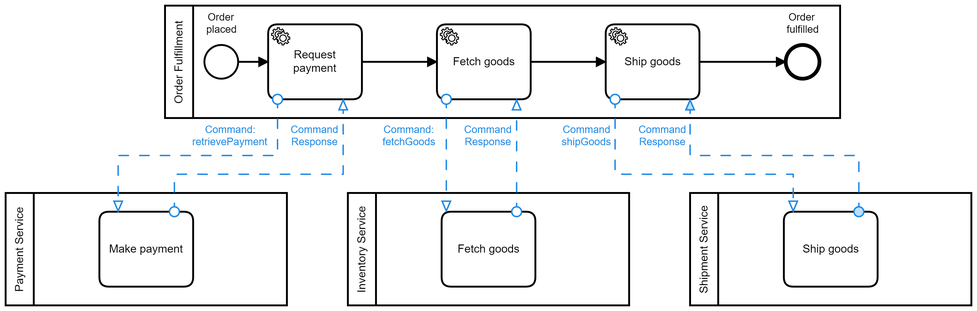
Before: ipynb/Distributed Systems and Errors/images/Pub-Sub.png, a diagram exported from BPMN (DigiBP/digibpnotes). Its source is kept beside it as modelling/Distributed Systems and Errors/Pub-Sub.bpmn. Ids are renumbered. The source it was exported from:
```xml
<bpmn:definitions xmlns:bpmn="http://www.omg.org/spec/BPMN/20100524/MODEL" xmlns:bpmndi="http://www.omg.org/spec/BPMN/20100524/DI" xmlns:dc="http://www.omg.org/spec/DD/20100524/DC" xmlns:camunda="http://camunda.org/schema/1.0/bpmn" xmlns:di="http://www.omg.org/spec/DD/20100524/DI" xmlns:bioc="http://bpmn.io/schema/bpmn/biocolor/1.0" xmlns:color="http://www.omg.org/spec/BPMN/non-normative/color/1.0" xmlns:modeler="http://camunda.org/schema/modeler/1.0" id="Definitions_n1" targetNamespace="http://bpmn.io/schema/bpmn" exporter="Camunda Modeler" exporterVersion="4.12.0" modeler:executionPlatform="Camunda Platform" modeler:executionPlatformVersion="7.15.0">
  <bpmn:collaboration id="Collaboration_n2">
    <bpmn:participant id="Participant_n3" name="Payment Service" processRef="Process_n4" />
    <bpmn:participant id="Participant_n5" name="Inventory Service" processRef="Process_n6" />
    <bpmn:participant id="Participant_n7" name="Shipment Service" processRef="Process_n8" />
    <bpmn:participant id="Order_Fulfillment_Pub_Sub" name="Order Fulfillment" processRef="Process_n9" />
    <bpmn:messageFlow id="Flow_n10" name="Command:&#10;retrievePayment" sourceRef="Activity_n11" targetRef="Activity_n12" />
    <bpmn:messageFlow id="Flow_n13" name="Command&#10;Response" sourceRef="Activity_n12" targetRef="Activity_n11" />
    <bpmn:messageFlow id="Flow_n14" name="Command:&#10;fetchGoods" sourceRef="Activity_n15" targetRef="Activity_n16" />
    <bpmn:messageFlow id="Flow_n17" name="Command&#10;Response" sourceRef="Activity_n16" targetRef="Activity_n15" />
    <bpmn:messageFlow id="Flow_n18" name="Command&#10;Response" sourceRef="Activity_n19" targetRef="Activity_n20" />
    <bpmn:messageFlow id="Flow_n21" name="Command&#10;shipGoods" sourceRef="Activity_n20" targetRef="Activity_n19" />
  </bpmn:collaboration>
  <bpmn:process id="Process_n4" isExecutable="false">
    <bpmn:task id="Activity_n12" name="Make payment" />
  </bpmn:process>
  <bpmn:process id="Process_n6" isExecutable="false">
    <bpmn:task id="Activity_n16" name="Fetch goods" />
  </bpmn:process>
  <bpmn:process id="Process_n8" isExecutable="false">
    <bpmn:task id="Activity_n20" name="Ship goods" />
  </bpmn:process>
  <bpmn:process id="Process_n9" name="Order Fulfillment Pub/Sub" isExecutable="true">
    <bpmn:endEvent id="Event_n22" name="Order&#10;fulfilled">
      <bpmn:incoming>Flow_n23</bpmn:incoming>
    </bpmn:endEvent>
    <bpmn:serviceTask id="Activity_n11" name="Request payment" camunda:type="external" camunda:topic="retrievePayment">
      <bpmn:incoming>Flow_n24</bpmn:incoming>
      <bpmn:outgoing>Flow_n25</bpmn:outgoing>
    </bpmn:serviceTask>
    <bpmn:serviceTask id="Activity_n15" name="Fetch goods" camunda:type="external" camunda:topic="fetchGoods">
      <bpmn:incoming>Flow_n25</bpmn:incoming>
      <bpmn:outgoing>Flow_n26</bpmn:outgoing>
    </bpmn:serviceTask>
    <bpmn:serviceTask id="Activity_n19" name="Ship goods" camunda:type="external" camunda:topic="shipGoods">
      <bpmn:incoming>Flow_n26</bpmn:incoming>
      <bpmn:outgoing>Flow_n23</bpmn:outgoing>
    </bpmn:serviceTask>
    <bpmn:sequenceFlow id="Flow_n25" sourceRef="Activity_n11" targetRef="Activity_n15" />
    <bpmn:sequenceFlow id="Flow_n26" sourceRef="Activity_n15" targetRef="Activity_n19" />
    <bpmn:sequenceFlow id="Flow_n23" sourceRef="Activity_n19" targetRef="Event_n22" />
    <bpmn:startEvent id="Event_n27" name="Order&#10;placed">
      <bpmn:outgoing>Flow_n24</bpmn:outgoing>
    </bpmn:startEvent>
    <bpmn:sequenceFlow id="Flow_n24" sourceRef="Event_n27" targetRef="Activity_n11" />
  </bpmn:process>
  <bpmndi:BPMNDiagram id="BPMNDiagram_1">
    <bpmndi:BPMNPlane id="BPMNPlane_1" bpmnElement="Collaboration_n2">
      <bpmndi:BPMNShape id="Participant_n3_di" bpmnElement="Participant_n3" isHorizontal="true">
        <dc:Bounds x="200" y="310" width="300" height="120" />
      </bpmndi:BPMNShape>
      <bpmndi:BPMNShape id="Activity_n12_di" bpmnElement="Activity_n12">
        <dc:Bounds x="300" y="330" width="100" height="80" />
      </bpmndi:BPMNShape>
      <bpmndi:BPMNShape id="Participant_n5_di" bpmnElement="Participant_n5" isHorizontal="true">
        <dc:Bounds x="565" y="310" width="300" height="120" />
      </bpmndi:BPMNShape>
      <bpmndi:BPMNShape id="Activity_n16_di" bpmnElement="Activity_n16">
        <dc:Bounds x="665" y="330" width="100" height="80" />
      </bpmndi:BPMNShape>
      <bpmndi:BPMNShape id="Participant_n7_di" bpmnElement="Participant_n7" isHorizontal="true">
        <dc:Bounds x="930" y="310" width="300" height="120" />
      </bpmndi:BPMNShape>
      <bpmndi:BPMNShape id="Activity_n20_di" bpmnElement="Activity_n20">
        <dc:Bounds x="1030" y="330" width="100" height="80" />
      </bpmndi:BPMNShape>
      <bpmndi:BPMNShape id="Order_Fulfillment_REST_di" bpmnElement="Order_Fulfillment_Pub_Sub" isHorizontal="true">
        <dc:Bounds x="370" y="110" width="720" height="120" />
      </bpmndi:BPMNShape>
      <bpmndi:BPMNEdge id="Flow_n25_di" bpmnElement="Flow_n25">
        <di:waypoint x="580" y="170" />
        <di:waypoint x="660" y="170" />
      </bpmndi:BPMNEdge>
      <bpmndi:BPMNEdge id="Flow_n26_di" bpmnElement="Flow_n26">
        <di:waypoint x="760" y="170" />
        <di:waypoint x="840" y="170" />
      </bpmndi:BPMNEdge>
      <bpmndi:BPMNEdge id="Flow_n23_di" bpmnElement="Flow_n23">
        <di:waypoint x="940" y="170" />
        <di:waypoint x="1032" y="170" />
      </bpmndi:BPMNEdge>
      <bpmndi:BPMNEdge id="Flow_n24_di" bpmnElement="Flow_n24">
        <di:waypoint x="448" y="170" />
        <di:waypoint x="480" y="170" />
      </bpmndi:BPMNEdge>
      <bpmndi:BPMNShape id="Event_n22_di" bpmnElement="Event_n22">
        <dc:Bounds x="1032" y="152" width="36" height="36" />
        <bpmndi:BPMNLabel>
          <dc:Bounds x="1033" y="116" width="34" height="27" />
        </bpmndi:BPMNLabel>
      </bpmndi:BPMNShape>
      <bpmndi:BPMNShape id="Activity_n11_di" bpmnElement="Activity_n11">
        <dc:Bounds x="480" y="130" width="100" height="80" />
      </bpmndi:BPMNShape>
      <bpmndi:BPMNShape id="Activity_n15_di" bpmnElement="Activity_n15" bioc:stroke="#000000" bioc:fill="#ffffff" color:background-color="#ffffff" color:border-color="#000000">
        <dc:Bounds x="660" y="130" width="100" height="80" />
      </bpmndi:BPMNShape>
      <bpmndi:BPMNShape id="Activity_n19_di" bpmnElement="Activity_n19">
        <dc:Bounds x="840" y="130" width="100" height="80" />
      </bpmndi:BPMNShape>
      <bpmndi:BPMNShape id="Event_n27_di" bpmnElement="Event_n27">
        <dc:Bounds x="412" y="152" width="36" height="36" />
        <bpmndi:BPMNLabel>
          <dc:Bounds x="414" y="116" width="33" height="27" />
        </bpmndi:BPMNLabel>
      </bpmndi:BPMNShape>
      <bpmndi:BPMNEdge id="Flow_n10_di" bpmnElement="Flow_n10" bioc:stroke="#1e88e5" color:border-color="#1e88e5">
        <di:waypoint x="490" y="210" />
        <di:waypoint x="490" y="270" />
        <di:waypoint x="320" y="270" />
        <di:waypoint x="320" y="330" />
        <bpmndi:BPMNLabel>
          <dc:Bounds x="399" y="236" width="82" height="27" />
        </bpmndi:BPMNLabel>
      </bpmndi:BPMNEdge>
      <bpmndi:BPMNEdge id="Flow_n13_di" bpmnElement="Flow_n13" bioc:stroke="#1e88e5" color:border-color="#1e88e5">
        <di:waypoint x="380" y="330" />
        <di:waypoint x="380" y="290" />
        <di:waypoint x="560" y="290" />
        <di:waypoint x="560" y="210" />
        <bpmndi:BPMNLabel>
          <dc:Bounds x="504" y="236" width="51" height="27" />
        </bpmndi:BPMNLabel>
      </bpmndi:BPMNEdge>
      <bpmndi:BPMNEdge id="Flow_n14_di" bpmnElement="Flow_n14" bioc:stroke="#1e88e5" color:border-color="#1e88e5">
        <di:waypoint x="670" y="210" />
        <di:waypoint x="670" y="330" />
        <bpmndi:BPMNLabel>
          <dc:Bounds x="602" y="236" width="56" height="27" />
        </bpmndi:BPMNLabel>
      </bpmndi:BPMNEdge>
      <bpmndi:BPMNEdge id="Flow_n17_di" bpmnElement="Flow_n17" bioc:stroke="#1e88e5" color:border-color="#1e88e5">
        <di:waypoint x="745" y="330" />
        <di:waypoint x="745" y="210" />
        <bpmndi:BPMNLabel>
          <dc:Bounds x="689" y="236" width="51" height="27" />
        </bpmndi:BPMNLabel>
      </bpmndi:BPMNEdge>
      <bpmndi:BPMNEdge id="Flow_n18_di" bpmnElement="Flow_n18" bioc:stroke="#1e88e5" color:border-color="#1e88e5">
        <di:waypoint x="850" y="210" />
        <di:waypoint x="850" y="290" />
        <di:waypoint x="1040" y="290" />
        <di:waypoint x="1040" y="330" />
        <bpmndi:BPMNLabel>
          <dc:Bounds x="875" y="236" width="51" height="27" />
        </bpmndi:BPMNLabel>
      </bpmndi:BPMNEdge>
      <bpmndi:BPMNEdge id="Flow_n21_di" bpmnElement="Flow_n21" bioc:stroke="#1e88e5" bioc:fill="#bbdefb" color:border-color="#1e88e5">
        <di:waypoint x="1110" y="330" />
        <di:waypoint x="1110" y="270" />
        <di:waypoint x="930" y="270" />
        <di:waypoint x="930" y="210" />
        <bpmndi:BPMNLabel>
          <dc:Bounds x="793" y="236" width="54" height="27" />
        </bpmndi:BPMNLabel>
      </bpmndi:BPMNEdge>
    </bpmndi:BPMNPlane>
  </bpmndi:BPMNDiagram>
</bpmn:definitions>
```
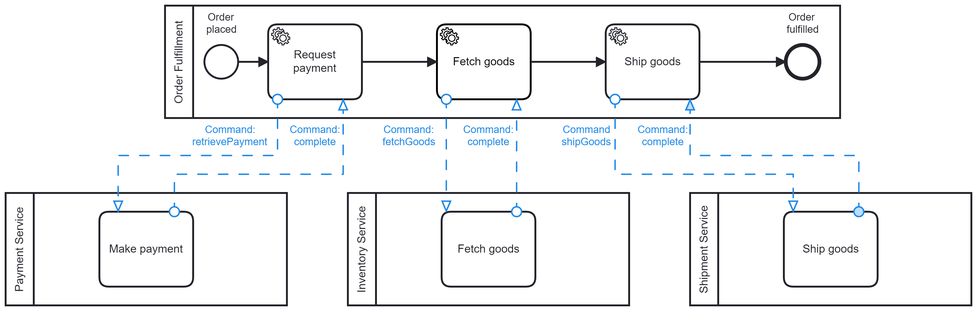
After the change.

Diff of the diagram source:
```diff
@@ -1,14 +1,14 @@
-<bpmn:definitions xmlns:bpmn="http://www.omg.org/spec/BPMN/20100524/MODEL" xmlns:bpmndi="http://www.omg.org/spec/BPMN/20100524/DI" xmlns:dc="http://www.omg.org/spec/DD/20100524/DC" xmlns:camunda="http://camunda.org/schema/1.0/bpmn" xmlns:di="http://www.omg.org/spec/DD/20100524/DI" xmlns:bioc="http://bpmn.io/schema/bpmn/biocolor/1.0" xmlns:color="http://www.omg.org/spec/BPMN/non-normative/color/1.0" xmlns:modeler="http://camunda.org/schema/modeler/1.0" id="Definitions_n1" targetNamespace="http://bpmn.io/schema/bpmn" exporter="Camunda Modeler" exporterVersion="4.12.0" modeler:executionPlatform="Camunda Platform" modeler:executionPlatformVersion="7.15.0">
+<bpmn:definitions xmlns:bpmn="http://www.omg.org/spec/BPMN/20100524/MODEL" xmlns:bpmndi="http://www.omg.org/spec/BPMN/20100524/DI" xmlns:dc="http://www.omg.org/spec/DD/20100524/DC" xmlns:camunda="http://camunda.org/schema/1.0/bpmn" xmlns:di="http://www.omg.org/spec/DD/20100524/DI" xmlns:bioc="http://bpmn.io/schema/bpmn/biocolor/1.0" xmlns:color="http://www.omg.org/spec/BPMN/non-normative/color/1.0" xmlns:modeler="http://camunda.org/schema/modeler/1.0" id="Definitions_n1" targetNamespace="http://bpmn.io/schema/bpmn" exporter="Camunda Modeler" exporterVersion="5.5.1" modeler:executionPlatform="Camunda Platform" modeler:executionPlatformVersion="7.15.0">
   <bpmn:collaboration id="Collaboration_n2">
     <bpmn:participant id="Participant_n3" name="Payment Service" processRef="Process_n4" />
     <bpmn:participant id="Participant_n5" name="Inventory Service" processRef="Process_n6" />
     <bpmn:participant id="Participant_n7" name="Shipment Service" processRef="Process_n8" />
     <bpmn:participant id="Order_Fulfillment_Pub_Sub" name="Order Fulfillment" processRef="Process_n9" />
     <bpmn:messageFlow id="Flow_n10" name="Command:&#10;retrievePayment" sourceRef="Activity_n11" targetRef="Activity_n12" />
-    <bpmn:messageFlow id="Flow_n13" name="Command&#10;Response" sourceRef="Activity_n12" targetRef="Activity_n11" />
+    <bpmn:messageFlow id="Flow_n13" name="Command:&#10;complete" sourceRef="Activity_n12" targetRef="Activity_n11" />
     <bpmn:messageFlow id="Flow_n14" name="Command:&#10;fetchGoods" sourceRef="Activity_n15" targetRef="Activity_n16" />
-    <bpmn:messageFlow id="Flow_n17" name="Command&#10;Response" sourceRef="Activity_n16" targetRef="Activity_n15" />
-    <bpmn:messageFlow id="Flow_n18" name="Command&#10;Response" sourceRef="Activity_n19" targetRef="Activity_n20" />
+    <bpmn:messageFlow id="Flow_n17" name="Command:&#10;complete" sourceRef="Activity_n16" targetRef="Activity_n15" />
+    <bpmn:messageFlow id="Flow_n18" name="Command:&#10;complete" sourceRef="Activity_n19" targetRef="Activity_n20" />
     <bpmn:messageFlow id="Flow_n21" name="Command&#10;shipGoods" sourceRef="Activity_n20" targetRef="Activity_n19" />
   </bpmn:collaboration>
   <bpmn:process id="Process_n4" isExecutable="false">
@@ -67,22 +67,6 @@
       <bpmndi:BPMNShape id="Order_Fulfillment_REST_di" bpmnElement="Order_Fulfillment_Pub_Sub" isHorizontal="true">
         <dc:Bounds x="370" y="110" width="720" height="120" />
       </bpmndi:BPMNShape>
-      <bpmndi:BPMNEdge id="Flow_n25_di" bpmnElement="Flow_n25">
-        <di:waypoint x="580" y="170" />
-        <di:waypoint x="660" y="170" />
-      </bpmndi:BPMNEdge>
-      <bpmndi:BPMNEdge id="Flow_n26_di" bpmnElement="Flow_n26">
-        <di:waypoint x="760" y="170" />
-        <di:waypoint x="840" y="170" />
-      </bpmndi:BPMNEdge>
-      <bpmndi:BPMNEdge id="Flow_n23_di" bpmnElement="Flow_n23">
-        <di:waypoint x="940" y="170" />
-        <di:waypoint x="1032" y="170" />
-      </bpmndi:BPMNEdge>
-      <bpmndi:BPMNEdge id="Flow_n24_di" bpmnElement="Flow_n24">
-        <di:waypoint x="448" y="170" />
-        <di:waypoint x="480" y="170" />
-      </bpmndi:BPMNEdge>
       <bpmndi:BPMNShape id="Event_n22_di" bpmnElement="Event_n22">
         <dc:Bounds x="1032" y="152" width="36" height="36" />
         <bpmndi:BPMNLabel>
@@ -104,6 +88,22 @@
           <dc:Bounds x="414" y="116" width="33" height="27" />
         </bpmndi:BPMNLabel>
       </bpmndi:BPMNShape>
+      <bpmndi:BPMNEdge id="Flow_n25_di" bpmnElement="Flow_n25">
+        <di:waypoint x="580" y="170" />
+        <di:waypoint x="660" y="170" />
+      </bpmndi:BPMNEdge>
+      <bpmndi:BPMNEdge id="Flow_n26_di" bpmnElement="Flow_n26">
+        <di:waypoint x="760" y="170" />
+        <di:waypoint x="840" y="170" />
+      </bpmndi:BPMNEdge>
+      <bpmndi:BPMNEdge id="Flow_n23_di" bpmnElement="Flow_n23">
+        <di:waypoint x="940" y="170" />
+        <di:waypoint x="1032" y="170" />
+      </bpmndi:BPMNEdge>
+      <bpmndi:BPMNEdge id="Flow_n24_di" bpmnElement="Flow_n24">
+        <di:waypoint x="448" y="170" />
+        <di:waypoint x="480" y="170" />
+      </bpmndi:BPMNEdge>
       <bpmndi:BPMNEdge id="Flow_n10_di" bpmnElement="Flow_n10" bioc:stroke="#1e88e5" color:border-color="#1e88e5">
         <di:waypoint x="490" y="210" />
         <di:waypoint x="490" y="270" />
@@ -119,7 +119,7 @@
         <di:waypoint x="560" y="290" />
         <di:waypoint x="560" y="210" />
         <bpmndi:BPMNLabel>
-          <dc:Bounds x="504" y="236" width="51" height="27" />
+          <dc:Bounds x="503" y="236" width="54" height="27" />
         </bpmndi:BPMNLabel>
       </bpmndi:BPMNEdge>
       <bpmndi:BPMNEdge id="Flow_n14_di" bpmnElement="Flow_n14" bioc:stroke="#1e88e5" color:border-color="#1e88e5">
@@ -133,7 +133,7 @@
         <di:waypoint x="745" y="330" />
         <di:waypoint x="745" y="210" />
         <bpmndi:BPMNLabel>
-          <dc:Bounds x="689" y="236" width="51" height="27" />
+          <dc:Bounds x="688" y="236" width="54" height="27" />
         </bpmndi:BPMNLabel>
       </bpmndi:BPMNEdge>
       <bpmndi:BPMNEdge id="Flow_n18_di" bpmnElement="Flow_n18" bioc:stroke="#1e88e5" color:border-color="#1e88e5">
@@ -142,7 +142,7 @@
         <di:waypoint x="1040" y="290" />
         <di:waypoint x="1040" y="330" />
         <bpmndi:BPMNLabel>
-          <dc:Bounds x="875" y="236" width="51" height="27" />
+          <dc:Bounds x="874" y="236" width="54" height="27" />
         </bpmndi:BPMNLabel>
       </bpmndi:BPMNEdge>
       <bpmndi:BPMNEdge id="Flow_n21_di" bpmnElement="Flow_n21" bioc:stroke="#1e88e5" bioc:fill="#bbdefb" color:border-color="#1e88e5">
```
